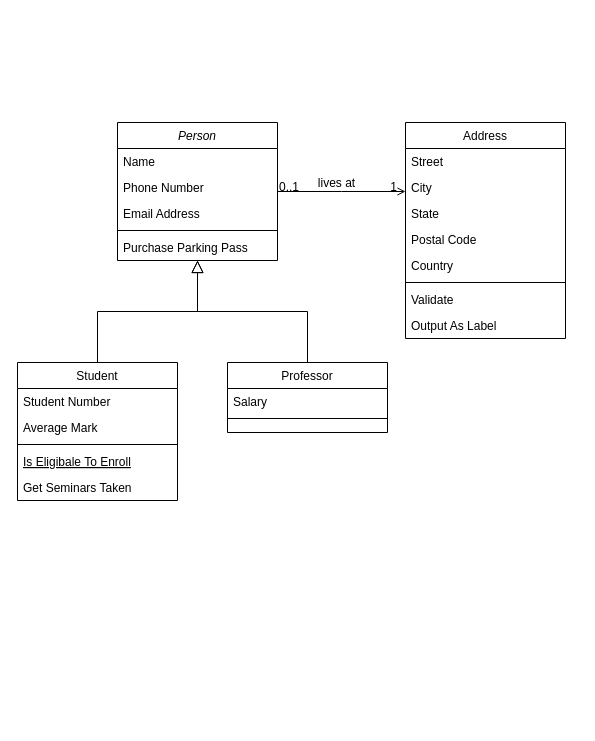
RDarkCat/chart_algo keeps this draw.io diagram as Untitled Diagram.drawio. Above is the earlier version. Source tidied: cells renumbered, new cells numbered last; positions are measured from the earlier drawing's top-left corner, leaving out a move shared by most shapes. Both pictures are drawn from the tidied source at 100%, with x=0, y=0 at pixel (17, 122).
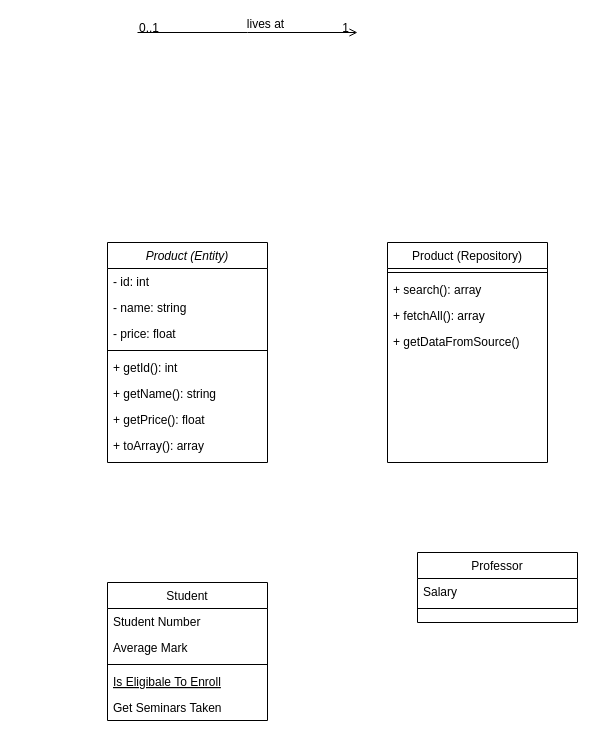
The same page after the edit.

What changed in the source:
```diff
@@
-    <mxCell id="2" value="Person" style="swimlane;fontStyle=2;align=center;verticalAlign=top;horizontal=1;startSize=26;rounded=0;shadow=0;strokeWidth=1;" parent="1" vertex="1">
-      <mxGeometry x="100" width="160" height="138" as="geometry" />
-    </mxCell>
-    <mxCell id="3" value="Name" style="text;align=left;verticalAlign=top;spacingLeft=4;spacingRight=4;overflow=hidden;" parent="2" vertex="1">
-      <mxGeometry y="26" width="160" height="26" as="geometry" />
-    </mxCell>
-    <mxCell id="4" value="Phone Number" style="text;align=left;verticalAlign=top;spacingLeft=4;spacingRight=4;overflow=hidden;rounded=0;shadow=0;html=0;" parent="2" vertex="1">
-      <mxGeometry y="52" width="160" height="26" as="geometry" />
-    </mxCell>
-    <mxCell id="5" value="Email Address" style="text;align=left;verticalAlign=top;spacingLeft=4;spacingRight=4;overflow=hidden;rounded=0;shadow=0;html=0;" parent="2" vertex="1">
-      <mxGeometry y="78" width="160" height="26" as="geometry" />
-    </mxCell>
-    <mxCell id="6" style="line;html=1;strokeWidth=1;align=left;verticalAlign=middle;spacingTop=-1;spacingLeft=3;spacingRight=3;labelPosition=right;" parent="2" vertex="1">
-      <mxGeometry y="104" width="160" height="8" as="geometry" />
-    </mxCell>
-    <mxCell id="7" value="Purchase Parking Pass" style="text;align=left;verticalAlign=top;spacingLeft=4;spacingRight=4;overflow=hidden;" parent="2" vertex="1">
-      <mxGeometry y="112" width="160" height="26" as="geometry" />
-    </mxCell>
+    <mxCell id="32" style="endArrow=open;shadow=0;strokeWidth=1;rounded=0;endFill=1;edgeStyle=elbowEdgeStyle;elbow=vertical;" parent="1" edge="1">
+      <mxGeometry x="0.5" y="41" relative="1" as="geometry">
+        <mxPoint x="120" y="-90" as="sourcePoint" />
+        <mxPoint x="340" y="-90" as="targetPoint" />
+        <mxPoint x="-40" y="32" as="offset" />
+      </mxGeometry>
+    </mxCell>
+    <mxCell id="29" value="0..1" style="align=left;verticalAlign=bottom;labelBackgroundColor=none;fontSize=12;" parent="32" vertex="1">
+      <mxGeometry x="-1" relative="1" as="geometry">
+        <mxPoint y="4" as="offset" />
+      </mxGeometry>
+    </mxCell>
+    <mxCell id="30" value="1" style="align=right;verticalAlign=bottom;labelBackgroundColor=none;fontSize=12;" parent="32" vertex="1">
+      <mxGeometry x="1" relative="1" as="geometry">
+        <mxPoint x="-7" y="4" as="offset" />
+      </mxGeometry>
+    </mxCell>
+    <mxCell id="31" value="lives at" style="text;html=1;align=center;verticalAlign=middle;labelBackgroundColor=none;rounded=0;shadow=0;strokeWidth=1;fontSize=12;" parent="32" vertex="1">
+      <mxGeometry x="0.5" y="49" relative="1" as="geometry">
+        <mxPoint x="-38" y="40" as="offset" />
+      </mxGeometry>
+    </mxCell>
+    <mxCell id="15" value="Professor" style="swimlane;fontStyle=0;align=center;verticalAlign=top;horizontal=1;startSize=26;rounded=0;shadow=0;strokeWidth=1;" parent="1" vertex="1">
+      <mxGeometry x="400" y="430" width="160" height="70" as="geometry" />
+    </mxCell>
+    <mxCell id="16" value="Salary" style="text;align=left;verticalAlign=top;spacingLeft=4;spacingRight=4;overflow=hidden;" parent="15" vertex="1">
+      <mxGeometry y="26" width="160" height="26" as="geometry" />
+    </mxCell>
+    <mxCell id="17" style="line;html=1;strokeWidth=1;align=left;verticalAlign=middle;spacingTop=-1;spacingLeft=3;spacingRight=3;labelPosition=right;" parent="15" vertex="1">
+      <mxGeometry y="52" width="160" height="8" as="geometry" />
+    </mxCell>
     <mxCell id="8" value="Student" style="swimlane;fontStyle=0;align=center;verticalAlign=top;horizontal=1;startSize=26;rounded=0;shadow=0;strokeWidth=1;" parent="1" vertex="1">
-      <mxGeometry y="240" width="160" height="138" as="geometry" />
+      <mxGeometry x="90" y="460" width="160" height="138" as="geometry" />
     </mxCell>
@@
-    <mxCell id="14" style="endArrow=block;endSize=10;endFill=0;shadow=0;strokeWidth=1;rounded=0;edgeStyle=elbowEdgeStyle;elbow=vertical;" parent="1" edge="1" source="8" target="2">
-      <mxGeometry relative="1" as="geometry" />
-    </mxCell>
-    <mxCell id="15" value="Professor" style="swimlane;fontStyle=0;align=center;verticalAlign=top;horizontal=1;startSize=26;rounded=0;shadow=0;strokeWidth=1;" parent="1" vertex="1">
-      <mxGeometry x="210" y="240" width="160" height="70" as="geometry" />
-    </mxCell>
-    <mxCell id="16" value="Salary" style="text;align=left;verticalAlign=top;spacingLeft=4;spacingRight=4;overflow=hidden;" parent="15" vertex="1">
-      <mxGeometry y="26" width="160" height="26" as="geometry" />
-    </mxCell>
-    <mxCell id="17" style="line;html=1;strokeWidth=1;align=left;verticalAlign=middle;spacingTop=-1;spacingLeft=3;spacingRight=3;labelPosition=right;" parent="15" vertex="1">
-      <mxGeometry y="52" width="160" height="8" as="geometry" />
-    </mxCell>
-    <mxCell id="18" style="endArrow=block;endSize=10;endFill=0;shadow=0;strokeWidth=1;rounded=0;edgeStyle=elbowEdgeStyle;elbow=vertical;" parent="1" edge="1" source="15" target="2">
-      <mxGeometry relative="1" as="geometry" />
-    </mxCell>
+    <mxCell id="2" value="Product (Entity)" style="swimlane;fontStyle=2;align=center;verticalAlign=top;horizontal=1;startSize=26;rounded=0;shadow=0;strokeWidth=1;" parent="1" vertex="1">
+      <mxGeometry x="90" y="120" width="160" height="220" as="geometry" />
+    </mxCell>
+    <mxCell id="3" value="- id: int" style="text;align=left;verticalAlign=top;spacingLeft=4;spacingRight=4;overflow=hidden;" parent="2" vertex="1">
+      <mxGeometry y="26" width="160" height="26" as="geometry" />
+    </mxCell>
+    <mxCell id="4" value="- name: string&#10;" style="text;align=left;verticalAlign=top;spacingLeft=4;spacingRight=4;overflow=hidden;rounded=0;shadow=0;html=0;" parent="2" vertex="1">
+      <mxGeometry y="52" width="160" height="26" as="geometry" />
+    </mxCell>
+    <mxCell id="5" value="- price: float" style="text;align=left;verticalAlign=top;spacingLeft=4;spacingRight=4;overflow=hidden;rounded=0;shadow=0;html=0;" parent="2" vertex="1">
+      <mxGeometry y="78" width="160" height="26" as="geometry" />
+    </mxCell>
+    <mxCell id="6" style="line;html=1;strokeWidth=1;align=left;verticalAlign=middle;spacingTop=-1;spacingLeft=3;spacingRight=3;labelPosition=right;" parent="2" vertex="1">
+      <mxGeometry y="104" width="160" height="8" as="geometry" />
+    </mxCell>
+    <mxCell id="33" value="+ getId(): int" style="text;align=left;verticalAlign=top;spacingLeft=4;spacingRight=4;overflow=hidden;" parent="2" vertex="1">
+      <mxGeometry y="112" width="160" height="26" as="geometry" />
+    </mxCell>
+    <mxCell id="34" value="+ getName(): string" style="text;align=left;verticalAlign=top;spacingLeft=4;spacingRight=4;overflow=hidden;" parent="2" vertex="1">
+      <mxGeometry y="138" width="160" height="26" as="geometry" />
+    </mxCell>
+    <mxCell id="35" value="+ getPrice(): float" style="text;align=left;verticalAlign=top;spacingLeft=4;spacingRight=4;overflow=hidden;" parent="2" vertex="1">
+      <mxGeometry y="164" width="160" height="26" as="geometry" />
+    </mxCell>
+    <mxCell id="36" value="+ toArray(): array" style="text;align=left;verticalAlign=top;spacingLeft=4;spacingRight=4;overflow=hidden;" parent="2" vertex="1">
+      <mxGeometry y="190" width="160" height="26" as="geometry" />
+    </mxCell>
-    <mxCell id="19" value="Address" style="swimlane;fontStyle=0;align=center;verticalAlign=top;horizontal=1;startSize=26;rounded=0;shadow=0;strokeWidth=1;" parent="1" vertex="1">
-      <mxGeometry x="388" width="160" height="216" as="geometry" />
+    <mxCell id="19" value="Product (Repository)" style="swimlane;fontStyle=0;align=center;verticalAlign=top;horizontal=1;startSize=26;rounded=0;shadow=0;strokeWidth=1;" parent="1" vertex="1">
+      <mxGeometry x="370" y="120" width="160" height="220" as="geometry" />
     </mxCell>
-    <mxCell id="20" value="Street" style="text;align=left;verticalAlign=top;spacingLeft=4;spacingRight=4;overflow=hidden;" parent="19" vertex="1">
-      <mxGeometry y="26" width="160" height="26" as="geometry" />
-    </mxCell>
-    <mxCell id="21" value="City" style="text;align=left;verticalAlign=top;spacingLeft=4;spacingRight=4;overflow=hidden;rounded=0;shadow=0;html=0;" parent="19" vertex="1">
-      <mxGeometry y="52" width="160" height="26" as="geometry" />
-    </mxCell>
-    <mxCell id="22" value="State" style="text;align=left;verticalAlign=top;spacingLeft=4;spacingRight=4;overflow=hidden;rounded=0;shadow=0;html=0;" parent="19" vertex="1">
-      <mxGeometry y="78" width="160" height="26" as="geometry" />
-    </mxCell>
-    <mxCell id="23" value="Postal Code" style="text;align=left;verticalAlign=top;spacingLeft=4;spacingRight=4;overflow=hidden;rounded=0;shadow=0;html=0;" parent="19" vertex="1">
-      <mxGeometry y="104" width="160" height="26" as="geometry" />
-    </mxCell>
-    <mxCell id="24" value="Country" style="text;align=left;verticalAlign=top;spacingLeft=4;spacingRight=4;overflow=hidden;rounded=0;shadow=0;html=0;" parent="19" vertex="1">
-      <mxGeometry y="130" width="160" height="26" as="geometry" />
-    </mxCell>
     <mxCell id="25" style="line;html=1;strokeWidth=1;align=left;verticalAlign=middle;spacingTop=-1;spacingLeft=3;spacingRight=3;labelPosition=right;" parent="19" vertex="1">
-      <mxGeometry y="156" width="160" height="8" as="geometry" />
+      <mxGeometry y="26" width="160" height="8" as="geometry" />
     </mxCell>
-    <mxCell id="26" value="Validate" style="text;align=left;verticalAlign=top;spacingLeft=4;spacingRight=4;overflow=hidden;" parent="19" vertex="1">
-      <mxGeometry y="164" width="160" height="26" as="geometry" />
+    <mxCell id="26" value="+ search(): array" style="text;align=left;verticalAlign=top;spacingLeft=4;spacingRight=4;overflow=hidden;" parent="19" vertex="1">
+      <mxGeometry y="34" width="160" height="26" as="geometry" />
     </mxCell>
-    <mxCell id="27" value="Output As Label" style="text;align=left;verticalAlign=top;spacingLeft=4;spacingRight=4;overflow=hidden;" parent="19" vertex="1">
-      <mxGeometry y="190" width="160" height="26" as="geometry" />
+    <mxCell id="27" value="+ fetchAll(): array" style="text;align=left;verticalAlign=top;spacingLeft=4;spacingRight=4;overflow=hidden;" parent="19" vertex="1">
+      <mxGeometry y="60" width="160" height="26" as="geometry" />
     </mxCell>
-    <mxCell id="28" style="endArrow=open;shadow=0;strokeWidth=1;rounded=0;endFill=1;edgeStyle=elbowEdgeStyle;elbow=vertical;" parent="1" edge="1" source="2" target="19">
-      <mxGeometry x="0.5" y="41" relative="1" as="geometry">
-        <mxPoint x="-40" y="32" as="offset" />
-      </mxGeometry>
-    </mxCell>
-    <mxCell id="29" value="0..1" style="align=left;verticalAlign=bottom;labelBackgroundColor=none;fontSize=12;" parent="28" vertex="1">
-      <mxGeometry x="-1" relative="1" as="geometry">
-        <mxPoint y="4" as="offset" />
-      </mxGeometry>
-    </mxCell>
-    <mxCell id="30" value="1" style="align=right;verticalAlign=bottom;labelBackgroundColor=none;fontSize=12;" parent="28" vertex="1">
-      <mxGeometry x="1" relative="1" as="geometry">
-        <mxPoint x="-7" y="4" as="offset" />
-      </mxGeometry>
-    </mxCell>
-    <mxCell id="31" value="lives at" style="text;html=1;align=center;verticalAlign=middle;labelBackgroundColor=none;rounded=0;shadow=0;strokeWidth=1;fontSize=12;" parent="28" vertex="1">
-      <mxGeometry x="0.5" y="49" relative="1" as="geometry">
-        <mxPoint x="-38" y="40" as="offset" />
-      </mxGeometry>
-    </mxCell>
+    <mxCell id="37" value="+ getDataFromSource()" style="text;align=left;verticalAlign=top;spacingLeft=4;spacingRight=4;overflow=hidden;" parent="19" vertex="1">
+      <mxGeometry y="86" width="160" height="26" as="geometry" />
+    </mxCell>
```
